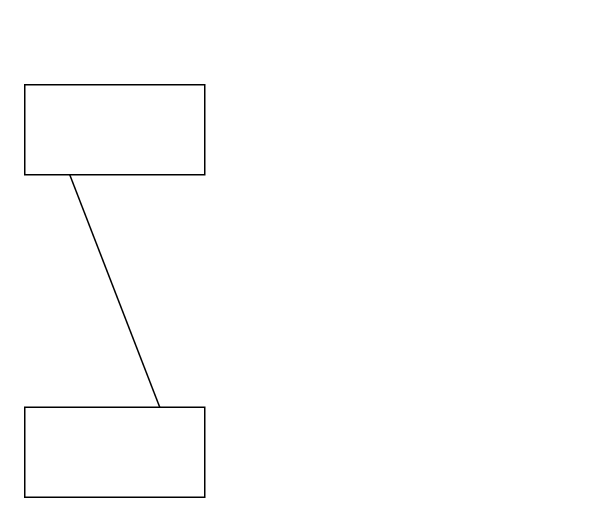
This is drawio-git-canary.drawio from dvavasour/Learning_Notes, a draw.io file, before an edit. Source tidied: cells renumbered, new cells numbered last; positions are measured from the earlier drawing's top-left corner, leaving out a move shared by most shapes. Both pictures are drawn from the tidied source at 150%, with x=0, y=0 at pixel (24, 84).
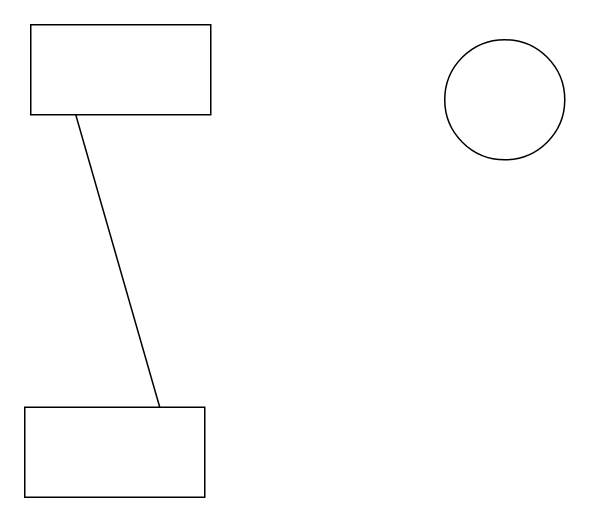
After the change.

Commit message:
Slight Movement

Diff of the diagram source:
```diff
@@
 <mxGraphModel>
   <root>
     <mxCell id="0" />
     <mxCell id="1" parent="0" />
     <mxCell id="2" style="rounded=0;whiteSpace=wrap;html=1;" parent="1" vertex="1">
-      <mxGeometry width="120" height="60" as="geometry" />
+      <mxGeometry x="4" y="-40" width="120" height="60" as="geometry" />
     </mxCell>
     <mxCell id="3" style="rounded=0;whiteSpace=wrap;html=1;" parent="1" vertex="1">
       <mxGeometry y="215" width="120" height="60" as="geometry" />
     </mxCell>
     <mxCell id="4" style="endArrow=none;html=1;entryX=0.25;entryY=1;entryDx=0;entryDy=0;exitX=0.75;exitY=0;exitDx=0;exitDy=0;" parent="1" edge="1" source="3" target="2">
       <mxGeometry relative="1" as="geometry" />
     </mxCell>
+    <mxCell id="5" style="ellipse;whiteSpace=wrap;html=1;" parent="1" vertex="1">
+      <mxGeometry x="280" y="-30" width="80" height="80" as="geometry" />
+    </mxCell>
   </root>
 </mxGraphModel>
```
